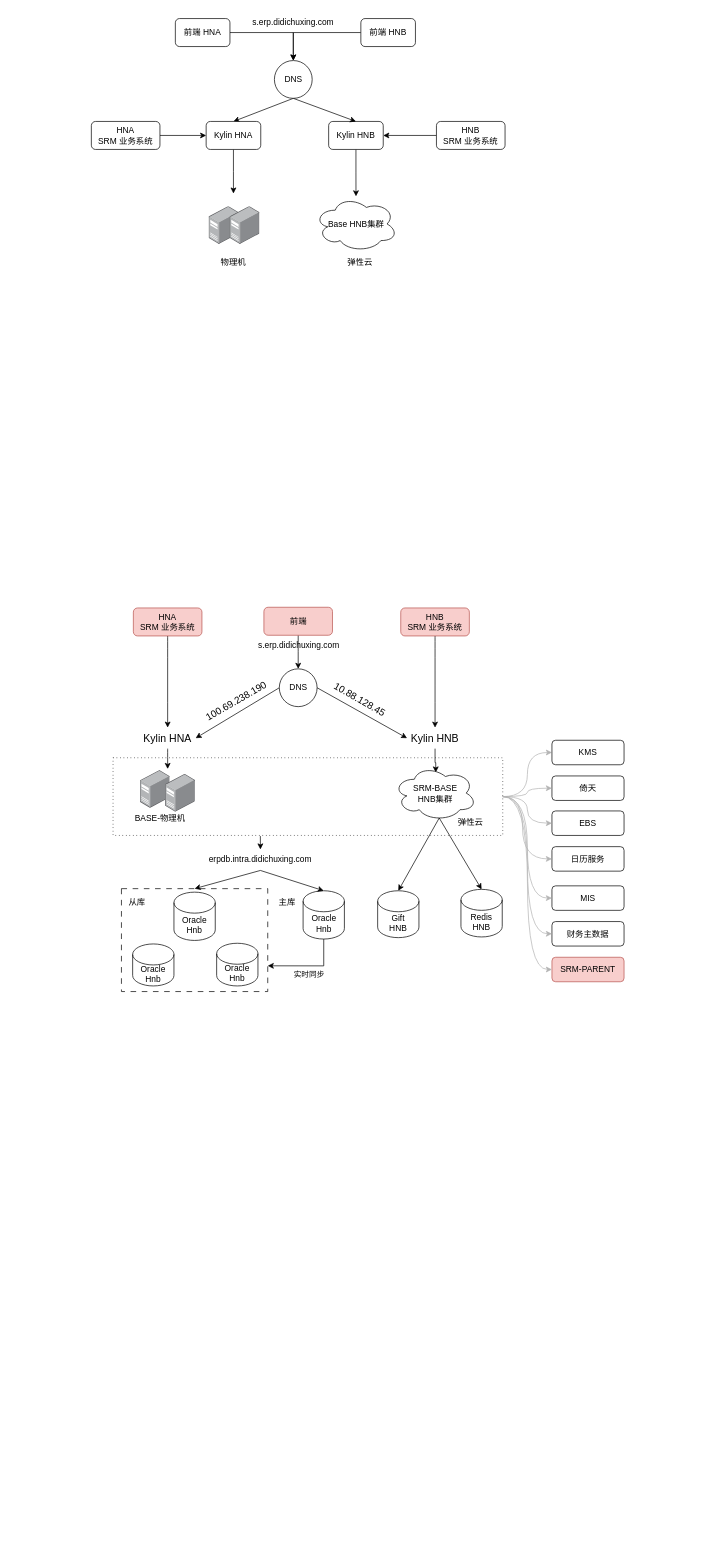
This is base稳定性架构梳理.drawio from S0Louis/drowio, a draw.io file, before an edit. Source tidied: cells renumbered, new cells numbered last; positions are measured from the earlier drawing's top-left corner, leaving out a move shared by most shapes. Both pictures are drawn from the tidied source at 70%, with x=0, y=0 at pixel (12, 12).
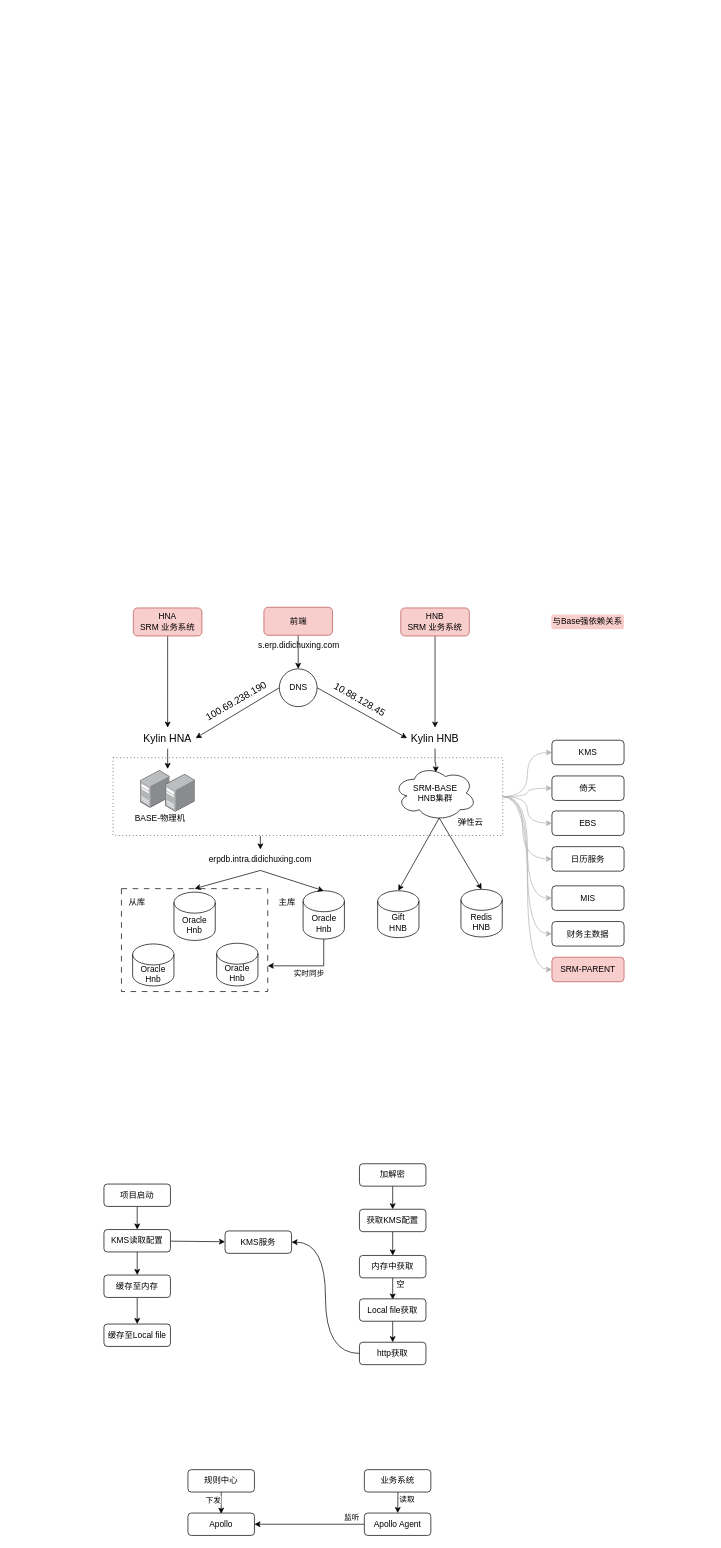
The same diagram, later.

Commit message:
更新base稳定性架构梳理.drawio

Change to the diagram source:
```diff
@@
-    <mxCell id="5" style="rounded=0;jettySize=auto;html=1;entryX=0.5;entryY=0;entryDx=0;entryDy=0;exitX=0.5;exitY=1;exitDx=0;exitDy=0;" parent="1" edge="1" source="6" target="14">
-      <mxGeometry relative="1" as="geometry" />
-    </mxCell>
-    <mxCell id="6" value="DNS" style="ellipse;whiteSpace=wrap;html=1;" parent="1" vertex="1">
-      <mxGeometry x="374.5" y="69" width="54" height="54" as="geometry" />
-    </mxCell>
-    <mxCell id="7" style="edgeStyle=orthogonalEdgeStyle;rounded=0;jettySize=auto;html=1;" parent="1" edge="1" source="8" target="6">
-      <mxGeometry relative="1" as="geometry" />
-    </mxCell>
-    <mxCell id="8" value="前端 HNA" style="rounded=1;whiteSpace=wrap;html=1;" parent="1" vertex="1">
-      <mxGeometry x="233" y="9" width="78" height="40" as="geometry" />
-    </mxCell>
-    <mxCell id="9" style="edgeStyle=orthogonalEdgeStyle;rounded=0;jettySize=auto;html=1;" parent="1" edge="1" source="10" target="6">
-      <mxGeometry relative="1" as="geometry" />
-    </mxCell>
-    <mxCell id="10" value="前端 HNB" style="rounded=1;whiteSpace=wrap;html=1;" parent="1" vertex="1">
-      <mxGeometry x="498" y="9" width="78" height="40" as="geometry" />
-    </mxCell>
-    <mxCell id="11" value="s.erp.didichuxing.com" style="text;html=1;whiteSpace=wrap;strokeColor=none;fillColor=none;align=center;verticalAlign=middle;rounded=0;" parent="1" vertex="1">
-      <mxGeometry x="333" width="137" height="30" as="geometry" />
-    </mxCell>
-    <mxCell id="12" style="edgeStyle=orthogonalEdgeStyle;rounded=0;jettySize=auto;html=1;exitX=0.5;exitY=1;exitDx=0;exitDy=0;" parent="1" edge="1" source="15" target="21">
-      <mxGeometry relative="1" as="geometry" />
-    </mxCell>
-    <mxCell id="13" style="edgeStyle=orthogonalEdgeStyle;rounded=0;jettySize=auto;html=1;" parent="1" edge="1" source="14">
-      <mxGeometry relative="1" as="geometry">
-        <mxPoint x="316" y="259" as="targetPoint" />
-      </mxGeometry>
-    </mxCell>
-    <mxCell id="14" value="Kylin HNA" style="rounded=1;whiteSpace=wrap;html=1;" parent="1" vertex="1">
-      <mxGeometry x="277" y="156" width="78" height="40" as="geometry" />
-    </mxCell>
-    <mxCell id="15" value="Kylin HNB" style="rounded=1;whiteSpace=wrap;html=1;" parent="1" vertex="1">
-      <mxGeometry x="452" y="156" width="78" height="40" as="geometry" />
-    </mxCell>
-    <mxCell id="16" style="rounded=0;jettySize=auto;html=1;entryX=0.5;entryY=0;entryDx=0;entryDy=0;exitX=0.5;exitY=1;exitDx=0;exitDy=0;" parent="1" edge="1" source="6" target="15">
-      <mxGeometry relative="1" as="geometry" />
-    </mxCell>
-    <mxCell id="17" style="edgeStyle=orthogonalEdgeStyle;rounded=0;jettySize=auto;html=1;" parent="1" edge="1" source="18" target="14">
-      <mxGeometry relative="1" as="geometry" />
-    </mxCell>
-    <mxCell id="18" value="HNA&lt;br&gt;SRM 业务系统" style="rounded=1;whiteSpace=wrap;html=1;" parent="1" vertex="1">
-      <mxGeometry x="113" y="156" width="98" height="40" as="geometry" />
-    </mxCell>
-    <mxCell id="19" style="edgeStyle=orthogonalEdgeStyle;rounded=0;jettySize=auto;html=1;" parent="1" edge="1" source="20" target="15">
-      <mxGeometry relative="1" as="geometry" />
-    </mxCell>
-    <mxCell id="20" value="HNB&lt;br&gt;SRM 业务系统" style="rounded=1;whiteSpace=wrap;html=1;" parent="1" vertex="1">
-      <mxGeometry x="606" y="156" width="98" height="40" as="geometry" />
-    </mxCell>
-    <mxCell id="21" value="Base HNB集群" style="ellipse;shape=cloud;whiteSpace=wrap;html=1;" parent="1" vertex="1">
-      <mxGeometry x="431.8" y="263" width="118.5" height="79" as="geometry" />
-    </mxCell>
-    <mxCell id="22" style="image;html=1;align=center;shadow=0;dashed=0;image=img/lib/allied_telesis/computer_and_terminals/Server_Desktop.svg;" parent="1" vertex="1">
-      <mxGeometry x="281" y="277.5" width="42.6" height="54" as="geometry" />
-    </mxCell>
-    <mxCell id="23" style="image;html=1;align=center;shadow=0;dashed=0;image=img/lib/allied_telesis/computer_and_terminals/Server_Desktop.svg;" parent="1" vertex="1">
-      <mxGeometry x="311" y="277.5" width="42.6" height="54" as="geometry" />
-    </mxCell>
-    <mxCell id="24" value="弹性云" style="text;html=1;whiteSpace=wrap;strokeColor=none;fillColor=none;align=center;verticalAlign=middle;rounded=0;" parent="1" vertex="1">
-      <mxGeometry x="467" y="342" width="60" height="30" as="geometry" />
-    </mxCell>
-    <mxCell id="25" value="物理机" style="text;html=1;whiteSpace=wrap;strokeColor=none;fillColor=none;align=center;verticalAlign=middle;rounded=0;" parent="1" vertex="1">
-      <mxGeometry x="286" y="342" width="60" height="30" as="geometry" />
-    </mxCell>
@@
+    <mxCell id="78" value="与Base强依赖关系" style="rounded=1;whiteSpace=wrap;html=1;fillColor=#f8cecc;strokeColor=none;" parent="1" vertex="1">
+      <mxGeometry x="770" y="860.5" width="104" height="21" as="geometry" />
+    </mxCell>
+    <mxCell id="79" style="edgeStyle=none;rounded=0;jettySize=auto;html=1;" parent="1" edge="1" source="80" target="82">
+      <mxGeometry relative="1" as="geometry" />
+    </mxCell>
+    <mxCell id="80" value="项目启动" style="rounded=1;whiteSpace=wrap;html=1;" parent="1" vertex="1">
+      <mxGeometry x="131" y="1674" width="95" height="32" as="geometry" />
+    </mxCell>
+    <mxCell id="81" style="edgeStyle=none;rounded=0;jettySize=auto;html=1;" parent="1" edge="1" source="82" target="97">
+      <mxGeometry relative="1" as="geometry" />
+    </mxCell>
+    <mxCell id="82" value="KMS读取配置" style="rounded=1;whiteSpace=wrap;html=1;" parent="1" vertex="1">
+      <mxGeometry x="131" y="1739" width="95" height="32" as="geometry" />
+    </mxCell>
+    <mxCell id="83" style="edgeStyle=none;rounded=0;jettySize=auto;html=1;" parent="1" edge="1" target="85">
+      <mxGeometry relative="1" as="geometry">
+        <mxPoint x="178.5" y="1771" as="sourcePoint" />
+      </mxGeometry>
+    </mxCell>
+    <mxCell id="84" style="edgeStyle=none;rounded=0;jettySize=auto;html=1;" parent="1" edge="1" source="85" target="98">
+      <mxGeometry relative="1" as="geometry" />
+    </mxCell>
+    <mxCell id="85" value="缓存至内存" style="rounded=1;whiteSpace=wrap;html=1;" parent="1" vertex="1">
+      <mxGeometry x="131" y="1804" width="95" height="32" as="geometry" />
+    </mxCell>
+    <mxCell id="86" style="edgeStyle=none;rounded=0;jettySize=auto;html=1;" parent="1" edge="1" source="87" target="89">
+      <mxGeometry relative="1" as="geometry" />
+    </mxCell>
+    <mxCell id="87" value="加解密" style="rounded=1;whiteSpace=wrap;html=1;" parent="1" vertex="1">
+      <mxGeometry x="496" y="1645" width="95" height="32" as="geometry" />
+    </mxCell>
+    <mxCell id="88" style="edgeStyle=none;rounded=0;jettySize=auto;html=1;" parent="1" edge="1" source="89" target="91">
+      <mxGeometry relative="1" as="geometry" />
+    </mxCell>
+    <mxCell id="89" value="获取KMS配置" style="rounded=1;whiteSpace=wrap;html=1;" parent="1" vertex="1">
+      <mxGeometry x="496" y="1710" width="95" height="32" as="geometry" />
+    </mxCell>
+    <mxCell id="90" style="edgeStyle=none;rounded=0;jettySize=auto;html=1;" parent="1" edge="1" source="91">
+      <mxGeometry relative="1" as="geometry">
+        <mxPoint x="543.5" y="1839" as="targetPoint" />
+      </mxGeometry>
+    </mxCell>
+    <mxCell id="91" value="内存中获取" style="rounded=1;whiteSpace=wrap;html=1;" parent="1" vertex="1">
+      <mxGeometry x="496" y="1776" width="95" height="32" as="geometry" />
+    </mxCell>
+    <mxCell id="92" value="空" style="text;html=1;whiteSpace=wrap;strokeColor=none;fillColor=none;align=center;verticalAlign=middle;rounded=0;" parent="1" vertex="1">
+      <mxGeometry x="534" y="1806" width="41.5" height="24" as="geometry" />
+    </mxCell>
+    <mxCell id="93" style="edgeStyle=none;rounded=0;jettySize=auto;html=1;" parent="1" edge="1" source="94" target="96">
+      <mxGeometry relative="1" as="geometry" />
+    </mxCell>
+    <mxCell id="94" value="Local file获取" style="rounded=1;whiteSpace=wrap;html=1;" parent="1" vertex="1">
+      <mxGeometry x="496" y="1838" width="95" height="32" as="geometry" />
+    </mxCell>
+    <mxCell id="95" style="edgeStyle=orthogonalEdgeStyle;rounded=0;jettySize=auto;html=1;entryX=1;entryY=0.5;entryDx=0;entryDy=0;exitX=0;exitY=0.5;exitDx=0;exitDy=0;curved=1;" parent="1" edge="1" source="96" target="97">
+      <mxGeometry relative="1" as="geometry" />
+    </mxCell>
+    <mxCell id="96" value="http获取" style="rounded=1;whiteSpace=wrap;html=1;" parent="1" vertex="1">
+      <mxGeometry x="496" y="1900" width="95" height="32" as="geometry" />
+    </mxCell>
+    <mxCell id="97" value="KMS服务" style="rounded=1;whiteSpace=wrap;html=1;" parent="1" vertex="1">
+      <mxGeometry x="304" y="1741" width="95" height="32" as="geometry" />
+    </mxCell>
+    <mxCell id="98" value="缓存至Local file" style="rounded=1;whiteSpace=wrap;html=1;" parent="1" vertex="1">
+      <mxGeometry x="131" y="1874" width="95" height="32" as="geometry" />
+    </mxCell>
+    <mxCell id="99" style="edgeStyle=none;rounded=0;jettySize=auto;html=1;" parent="1" edge="1" source="101">
+      <mxGeometry relative="1" as="geometry">
+        <mxPoint x="298.5" y="2145" as="targetPoint" />
+      </mxGeometry>
+    </mxCell>
+    <mxCell id="100" value="下发" style="edgeLabel;html=1;align=center;verticalAlign=middle;" parent="99" vertex="1">
+      <mxGeometry x="-0.38" y="3" relative="1" as="geometry">
+        <mxPoint x="-15" y="1" as="offset" />
+      </mxGeometry>
+    </mxCell>
+    <mxCell id="101" value="规则中心" style="rounded=1;whiteSpace=wrap;html=1;" parent="1" vertex="1">
+      <mxGeometry x="251" y="2082" width="95" height="32" as="geometry" />
+    </mxCell>
+    <mxCell id="102" value="Apollo" style="rounded=1;whiteSpace=wrap;html=1;" parent="1" vertex="1">
+      <mxGeometry x="251" y="2144" width="95" height="32" as="geometry" />
+    </mxCell>
+    <mxCell id="103" style="edgeStyle=none;rounded=0;jettySize=auto;html=1;exitX=0;exitY=0.5;exitDx=0;exitDy=0;entryX=1;entryY=0.5;entryDx=0;entryDy=0;" parent="1" edge="1" source="108" target="102">
+      <mxGeometry relative="1" as="geometry" />
+    </mxCell>
+    <mxCell id="104" value="监听" style="edgeLabel;html=1;align=center;verticalAlign=middle;" parent="103" vertex="1">
+      <mxGeometry x="-0.39" y="-1" relative="1" as="geometry">
+        <mxPoint x="29" y="-9" as="offset" />
+      </mxGeometry>
+    </mxCell>
+    <mxCell id="105" style="edgeStyle=none;rounded=0;jettySize=auto;html=1;" parent="1" edge="1" target="108">
+      <mxGeometry relative="1" as="geometry">
+        <mxPoint x="551" y="2114" as="sourcePoint" />
+      </mxGeometry>
+    </mxCell>
+    <mxCell id="106" value="读取" style="edgeLabel;html=1;align=center;verticalAlign=middle;" parent="105" vertex="1">
+      <mxGeometry x="-0.53" relative="1" as="geometry">
+        <mxPoint x="13" y="3" as="offset" />
+      </mxGeometry>
+    </mxCell>
+    <mxCell id="107" value="业务系统" style="rounded=1;whiteSpace=wrap;html=1;" parent="1" vertex="1">
+      <mxGeometry x="503" y="2082" width="95" height="32" as="geometry" />
+    </mxCell>
+    <mxCell id="108" value="Apollo Agent" style="rounded=1;whiteSpace=wrap;html=1;" parent="1" vertex="1">
+      <mxGeometry x="503" y="2144" width="95" height="32" as="geometry" />
+    </mxCell>
```
